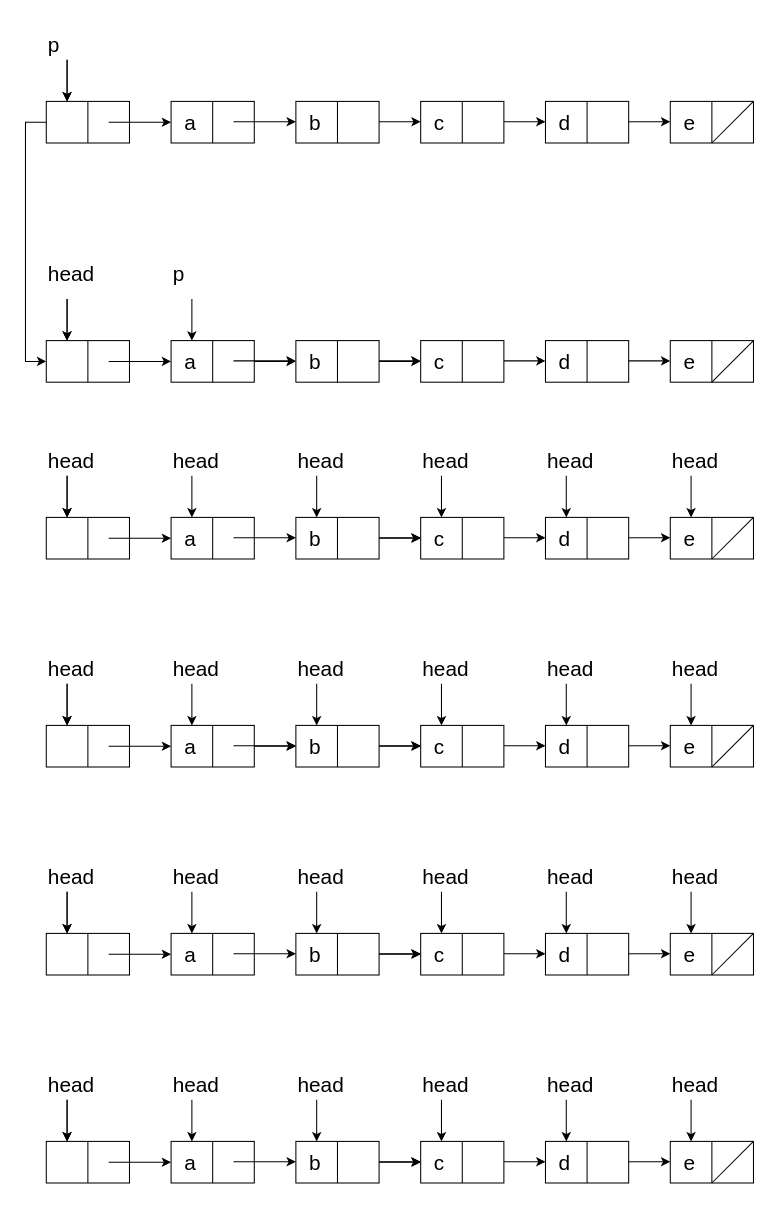
PoriPoriPori/Pori keeps this draw.io diagram as Untitled Diagram.drawio. Above is the earlier version. Source tidied: cells renumbered, new cells numbered last; positions are measured from the earlier drawing's top-left corner, leaving out a move shared by most shapes. Both pictures are drawn from the tidied source at 104%, with x=0, y=0 at pixel (46, 18).
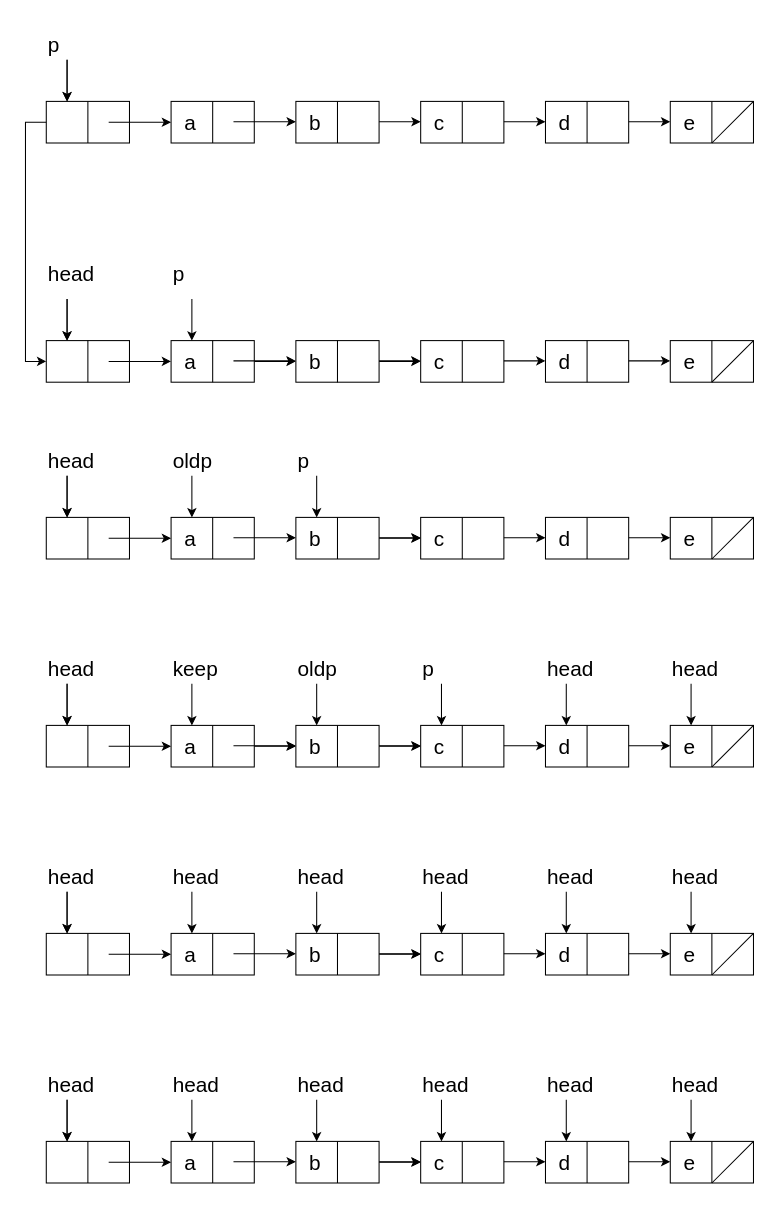
The same diagram, later.

The change refers to these unchanged cells:
```xml
<mxCell id="61" style="group;" parent="1" vertex="1">
  <mxGeometry y="600" width="680" height="120" as="geometry" />
</mxCell>
<mxCell id="97" style="group;" parent="1" vertex="1">
  <mxGeometry y="400" width="680" height="120" as="geometry" />
</mxCell>
<mxCell id="98" style="group;" parent="97" vertex="1">
  <mxGeometry y="40" width="680" height="80" as="geometry" />
</mxCell>
```

The edit, as a diff of the source:
```diff
@@
-    <mxCell id="94" value="&lt;div style=&quot;font-size: 20px&quot;&gt;head&lt;/div&gt;" style="text;whiteSpace=wrap;html=1;align=left;verticalAlign=bottom;" parent="61" vertex="1">
+    <mxCell id="94" value="&lt;div style=&quot;font-size: 20px&quot;&gt;p&lt;br&gt;&lt;/div&gt;" style="text;whiteSpace=wrap;html=1;align=left;verticalAlign=bottom;" parent="61" vertex="1">
       <mxGeometry x="360" width="80" height="40" as="geometry" />
     </mxCell>
-    <mxCell id="95" value="&lt;div style=&quot;font-size: 20px&quot;&gt;head&lt;/div&gt;" style="text;whiteSpace=wrap;html=1;align=left;verticalAlign=bottom;" parent="61" vertex="1">
+    <mxCell id="95" value="&lt;div style=&quot;font-size: 20px&quot;&gt;oldp&lt;br&gt;&lt;/div&gt;" style="text;whiteSpace=wrap;html=1;align=left;verticalAlign=bottom;" parent="61" vertex="1">
       <mxGeometry x="240" width="80" height="40" as="geometry" />
     </mxCell>
-    <mxCell id="96" value="&lt;div style=&quot;font-size: 20px&quot;&gt;head&lt;/div&gt;" style="text;whiteSpace=wrap;html=1;align=left;verticalAlign=bottom;" parent="61" vertex="1">
+    <mxCell id="96" value="&lt;div style=&quot;font-size: 20px&quot;&gt;keep&lt;br&gt;&lt;/div&gt;" style="text;whiteSpace=wrap;html=1;align=left;verticalAlign=bottom;" parent="61" vertex="1">
       <mxGeometry x="120" width="80" height="40" as="geometry" />
     </mxCell>
@@
-    <mxCell id="113" style="endArrow=classic;html=1;entryX=0.25;entryY=0;entryDx=0;entryDy=0;comic=0;" parent="98" edge="1">
-      <mxGeometry relative="1" as="geometry">
-        <mxPoint x="380" as="sourcePoint" />
-        <mxPoint x="380" y="40" as="targetPoint" />
-      </mxGeometry>
-    </mxCell>
-    <mxCell id="114" style="endArrow=classic;html=1;entryX=0.25;entryY=0;entryDx=0;entryDy=0;comic=0;" parent="98" edge="1">
-      <mxGeometry relative="1" as="geometry">
-        <mxPoint x="620" as="sourcePoint" />
-        <mxPoint x="620" y="40" as="targetPoint" />
-      </mxGeometry>
-    </mxCell>
-    <mxCell id="115" style="endArrow=classic;html=1;entryX=0.25;entryY=0;entryDx=0;entryDy=0;comic=0;" parent="98" edge="1">
-      <mxGeometry relative="1" as="geometry">
-        <mxPoint x="500" as="sourcePoint" />
-        <mxPoint x="500" y="40" as="targetPoint" />
-      </mxGeometry>
-    </mxCell>
@@
-    <mxCell id="127" value="&lt;div style=&quot;font-size: 20px&quot;&gt;head&lt;/div&gt;" style="text;whiteSpace=wrap;html=1;align=left;verticalAlign=bottom;" parent="97" vertex="1">
-      <mxGeometry x="600" width="80" height="40" as="geometry" />
-    </mxCell>
-    <mxCell id="128" value="&lt;div style=&quot;font-size: 20px&quot;&gt;head&lt;/div&gt;" style="text;whiteSpace=wrap;html=1;align=left;verticalAlign=bottom;" parent="97" vertex="1">
-      <mxGeometry x="480" width="80" height="40" as="geometry" />
-    </mxCell>
-    <mxCell id="129" value="&lt;div style=&quot;font-size: 20px&quot;&gt;head&lt;/div&gt;" style="text;whiteSpace=wrap;html=1;align=left;verticalAlign=bottom;" parent="97" vertex="1">
-      <mxGeometry x="360" width="80" height="40" as="geometry" />
-    </mxCell>
-    <mxCell id="130" value="&lt;div style=&quot;font-size: 20px&quot;&gt;head&lt;/div&gt;" style="text;whiteSpace=wrap;html=1;align=left;verticalAlign=bottom;" parent="97" vertex="1">
+    <mxCell id="130" value="&lt;div style=&quot;font-size: 20px&quot;&gt;p&lt;br&gt;&lt;/div&gt;" style="text;whiteSpace=wrap;html=1;align=left;verticalAlign=bottom;" parent="97" vertex="1">
       <mxGeometry x="240" width="80" height="40" as="geometry" />
     </mxCell>
-    <mxCell id="131" value="&lt;div style=&quot;font-size: 20px&quot;&gt;head&lt;/div&gt;" style="text;whiteSpace=wrap;html=1;align=left;verticalAlign=bottom;" parent="97" vertex="1">
+    <mxCell id="131" value="&lt;div style=&quot;font-size: 20px&quot;&gt;oldp&lt;br&gt;&lt;/div&gt;" style="text;whiteSpace=wrap;html=1;align=left;verticalAlign=bottom;" parent="97" vertex="1">
       <mxGeometry x="120" width="80" height="40" as="geometry" />
     </mxCell>
```
